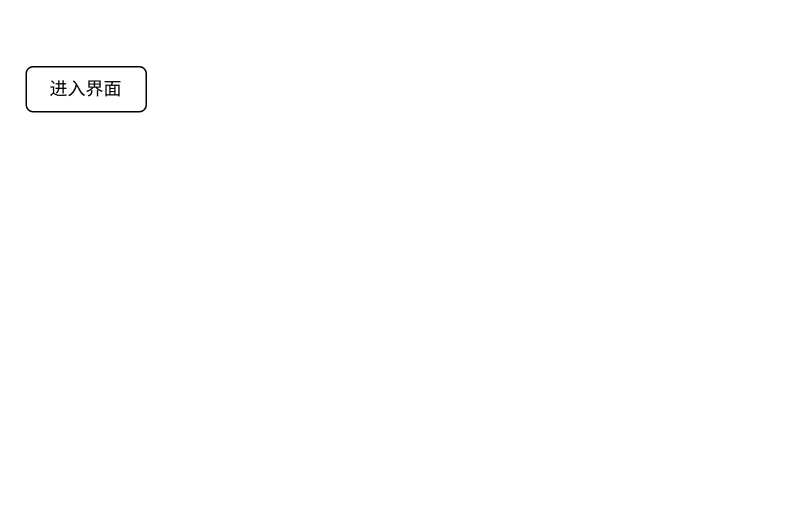
The draw.io diagram 多视角_流程图.drawio in undinuanao/-, before the edit. Source tidied: cells renumbered, new cells numbered last; positions are measured from the earlier drawing's top-left corner, leaving out a move shared by most shapes. Both pictures are drawn from the tidied source at 150%, with x=0, y=0 at pixel (26, 66).
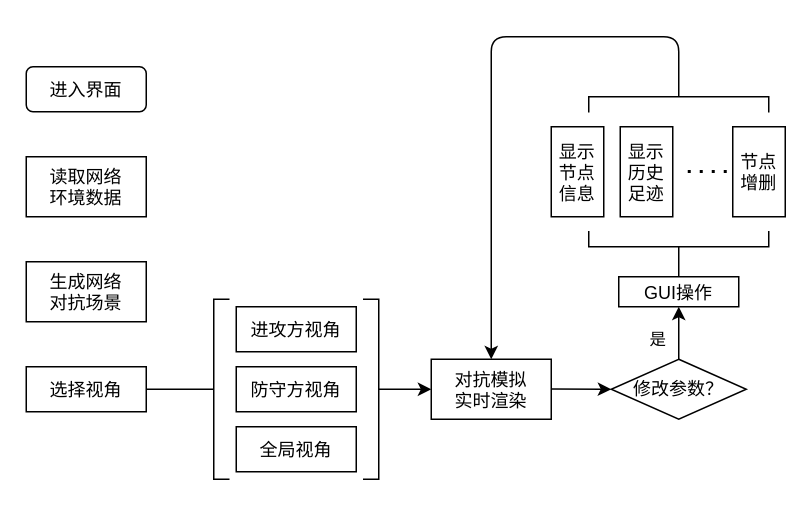
The same diagram, later.

Commit message (it also covers changes not shown here):
更新多视角_流程图.drawio

Change to the diagram source:
```diff
@@
-    <mxCell id="2" value="进入界面" style="rounded=1;whiteSpace=wrap;html=1;" parent="1" vertex="1">
+    <mxCell id="2" value="进入界面" style="rounded=1;" parent="1" vertex="1">
       <mxGeometry width="80" height="30" as="geometry" />
     </mxCell>
+    <mxCell id="3" value="读取网络&#10;环境数据" style="rounded=0;" parent="1" vertex="1">
+      <mxGeometry y="60" width="80" height="40" as="geometry" />
+    </mxCell>
+    <mxCell id="4" value="生成网络&#10;对抗场景" style="rounded=0;" parent="1" vertex="1">
+      <mxGeometry y="130" width="80" height="40" as="geometry" />
+    </mxCell>
+    <mxCell id="5" value="选择视角" style="rounded=0;" parent="1" vertex="1">
+      <mxGeometry y="200" width="80" height="30" as="geometry" />
+    </mxCell>
+    <mxCell id="6" value="进攻方视角" style="rounded=0;" parent="1" vertex="1">
+      <mxGeometry x="140" y="160" width="80" height="30" as="geometry" />
+    </mxCell>
+    <mxCell id="7" value="防守方视角" style="rounded=0;" parent="1" vertex="1">
+      <mxGeometry x="140" y="200" width="80" height="30" as="geometry" />
+    </mxCell>
+    <mxCell id="8" value="全局视角" style="rounded=0;" parent="1" vertex="1">
+      <mxGeometry x="140" y="240" width="80" height="30" as="geometry" />
+    </mxCell>
+    <mxCell id="9" style="shape=partialRectangle;whiteSpace=wrap;html=1;bottom=1;right=1;left=1;top=0;fillColor=none;routingCenterX=-0.5;rotation=90;" parent="1" vertex="1">
+      <mxGeometry x="70" y="210" width="120" height="10" as="geometry" />
+    </mxCell>
+    <mxCell id="10" style="endArrow=none;html=1;exitX=1;exitY=0.5;exitDx=0;exitDy=0;" parent="1" edge="1" source="5" target="9">
+      <mxGeometry relative="1" as="geometry" />
+    </mxCell>
+    <mxCell id="11" style="shape=partialRectangle;whiteSpace=wrap;html=1;bottom=1;right=1;left=1;top=0;fillColor=none;routingCenterX=-0.5;rotation=-90;" parent="1" vertex="1">
+      <mxGeometry x="170" y="210" width="120" height="10" as="geometry" />
+    </mxCell>
+    <mxCell id="12" style="endArrow=classic;html=1;exitX=0.5;exitY=1;exitDx=0;exitDy=0;" parent="1" edge="1" source="11">
+      <mxGeometry relative="1" as="geometry">
+        <mxPoint x="270" y="215" as="targetPoint" />
+      </mxGeometry>
+    </mxCell>
+    <mxCell id="13" value="对抗模拟&#10;实时渲染" style="rounded=0;" parent="1" vertex="1">
+      <mxGeometry x="270" y="195" width="80" height="40" as="geometry" />
+    </mxCell>
+    <mxCell id="14" value="修改参数？" style="rhombus;whiteSpace=wrap;html=1;" parent="1" vertex="1">
+      <mxGeometry x="390" y="195" width="90" height="40" as="geometry" />
+    </mxCell>
+    <mxCell id="15" style="endArrow=classic;html=1;exitX=0.5;exitY=1;exitDx=0;exitDy=0;entryX=0;entryY=0.5;entryDx=0;entryDy=0;" parent="1" edge="1" target="14">
+      <mxGeometry relative="1" as="geometry">
+        <mxPoint x="350" y="214.8" as="sourcePoint" />
+      </mxGeometry>
+    </mxCell>
+    <mxCell id="16" style="endArrow=classic;html=1;exitX=0.5;exitY=0;exitDx=0;exitDy=0;" parent="1" edge="1" source="14">
+      <mxGeometry relative="1" as="geometry">
+        <mxPoint x="435" y="160" as="targetPoint" />
+      </mxGeometry>
+    </mxCell>
+    <mxCell id="17" value="是" style="edgeLabel;html=1;align=center;verticalAlign=middle;" parent="16" vertex="1">
+      <mxGeometry x="-0.18" y="1" relative="1" as="geometry">
+        <mxPoint x="-14" as="offset" />
+      </mxGeometry>
+    </mxCell>
+    <mxCell id="18" value="GUI操作" style="rounded=0;" parent="1" vertex="1">
+      <mxGeometry x="395" y="140" width="80" height="20" as="geometry" />
+    </mxCell>
+    <mxCell id="19" style="endArrow=none;html=1;exitX=0.5;exitY=0;exitDx=0;exitDy=0;" parent="1" edge="1" source="18">
+      <mxGeometry relative="1" as="geometry">
+        <mxPoint x="435" y="120" as="targetPoint" />
+      </mxGeometry>
+    </mxCell>
+    <mxCell id="20" style="shape=partialRectangle;whiteSpace=wrap;html=1;bottom=1;right=1;left=1;top=0;fillColor=none;routingCenterX=-0.5;rotation=0;" parent="1" vertex="1">
+      <mxGeometry x="375" y="110" width="120" height="10" as="geometry" />
+    </mxCell>
+    <mxCell id="21" value="显示&#10;节点&#10;信息" style="rounded=0;" parent="1" vertex="1">
+      <mxGeometry x="350" y="40" width="35" height="60" as="geometry" />
+    </mxCell>
+    <mxCell id="22" value="显示&#10;历史&#10;足迹" style="rounded=0;" parent="1" vertex="1">
+      <mxGeometry x="396" y="40" width="35" height="60" as="geometry" />
+    </mxCell>
+    <mxCell id="23" value="节点&#10;增删" style="rounded=0;" parent="1" vertex="1">
+      <mxGeometry x="471" y="40" width="35" height="60" as="geometry" />
+    </mxCell>
+    <mxCell id="24" style="endArrow=none;dashed=1;html=1;dashPattern=1 3;strokeWidth=2;" parent="1" edge="1">
+      <mxGeometry relative="1" as="geometry">
+        <mxPoint x="441" y="69.9" as="sourcePoint" />
+        <mxPoint x="471" y="69.9" as="targetPoint" />
+      </mxGeometry>
+    </mxCell>
+    <mxCell id="25" style="shape=partialRectangle;whiteSpace=wrap;html=1;bottom=1;right=1;left=1;top=0;fillColor=none;routingCenterX=-0.5;rotation=-180;" parent="1" vertex="1">
+      <mxGeometry x="375" y="20" width="120" height="10" as="geometry" />
+    </mxCell>
+    <mxCell id="26" style="endArrow=classic;html=1;exitX=0.5;exitY=1;exitDx=0;exitDy=0;entryX=0.5;entryY=0;entryDx=0;entryDy=0;" parent="1" edge="1" source="25" target="13">
+      <mxGeometry relative="1" as="geometry">
+        <Array as="points">
+          <mxPoint x="435" y="-20" />
+          <mxPoint x="310" y="-20" />
+        </Array>
+      </mxGeometry>
+    </mxCell>
```
